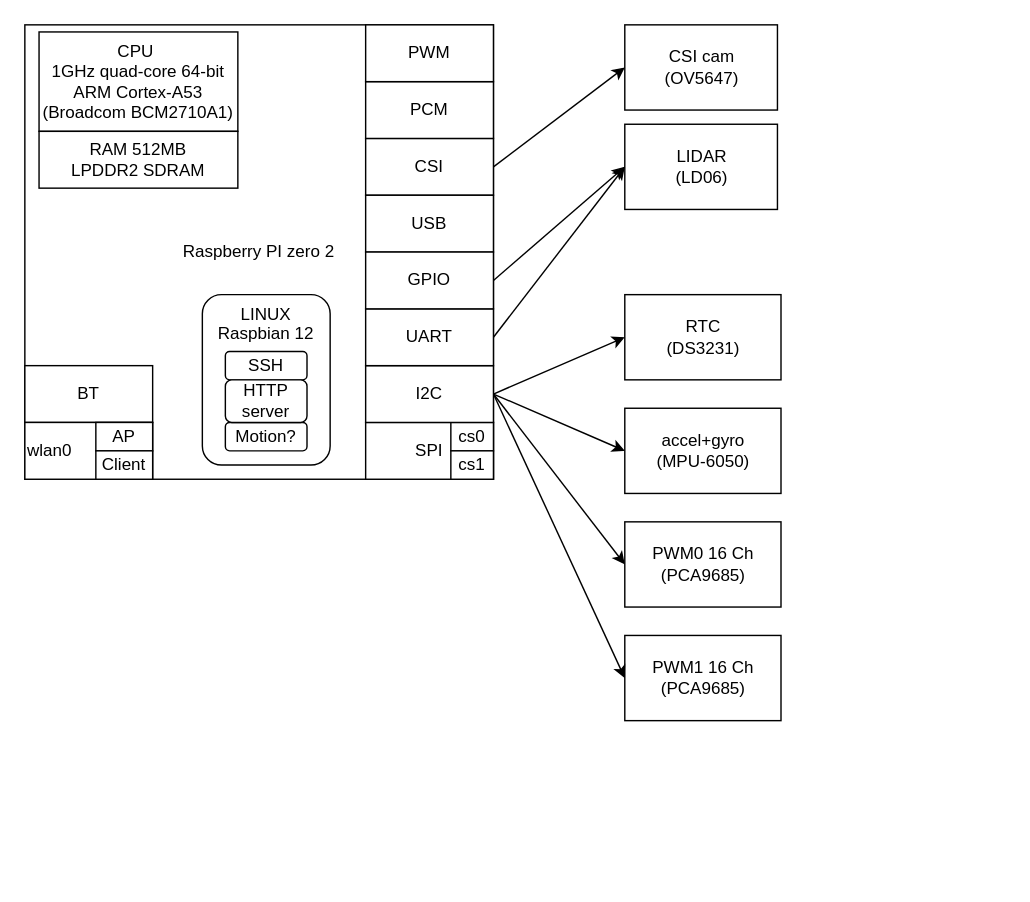
This is Docs/HexaFPV.drawio from drEdelonW/X-MRA, a draw.io file, before an edit. Source tidied: cells renumbered, new cells numbered last; positions are measured from the earlier drawing's top-left corner, leaving out a move shared by most shapes. Both pictures are drawn from the tidied source at 142%, with x=0, y=0 at pixel (24, 24).
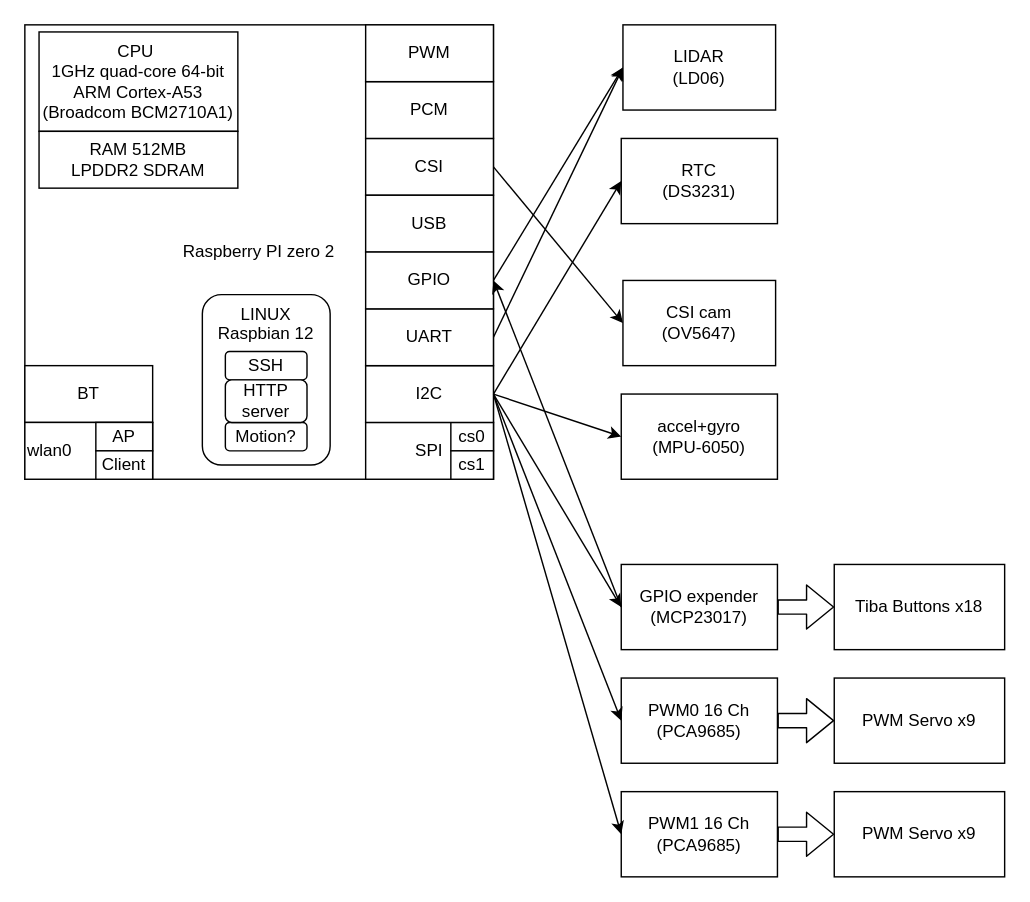
The same diagram, later.

The change refers to these unchanged cells:
```xml
<mxCell id="31" value="I2C" style="rounded=0;whiteSpace=wrap;html=1;" parent="1" vertex="1">
  <mxGeometry x="240" y="240" width="90" height="40" as="geometry" />
</mxCell>
<mxCell id="33" value="GPIO" style="rounded=0;whiteSpace=wrap;html=1;" parent="1" vertex="1">
  <mxGeometry x="240" y="160" width="90" height="40" as="geometry" />
</mxCell>
```

The edit, as a diff of the source:
```diff
@@
     <mxCell id="2" value="PWM0 16 Ch&lt;br&gt;(PCA9685)" style="rounded=0;whiteSpace=wrap;html=1;" parent="1" vertex="1">
-      <mxGeometry x="422.5" y="350" width="110" height="60" as="geometry" />
+      <mxGeometry x="420" y="460" width="110" height="60" as="geometry" />
     </mxCell>
     <mxCell id="3" value="RTC&lt;br&gt;(DS3231)" style="rounded=0;whiteSpace=wrap;html=1;" parent="1" vertex="1">
-      <mxGeometry x="422.5" y="190" width="110" height="60" as="geometry" />
+      <mxGeometry x="420" y="80" width="110" height="60" as="geometry" />
     </mxCell>
@@
     <mxCell id="6" value="PWM1&amp;nbsp;16 Ch&lt;br&gt;(PCA9685)" style="rounded=0;whiteSpace=wrap;html=1;" parent="1" vertex="1">
-      <mxGeometry x="422.5" y="430" width="110" height="60" as="geometry" />
+      <mxGeometry x="420" y="540" width="110" height="60" as="geometry" />
     </mxCell>
     <mxCell id="7" value="CSI cam&lt;br&gt;(OV5647)" style="rounded=0;whiteSpace=wrap;html=1;" parent="1" vertex="1">
-      <mxGeometry x="422.5" width="107.5" height="60" as="geometry" />
+      <mxGeometry x="421.2" y="180" width="107.5" height="60" as="geometry" />
     </mxCell>
@@
     <mxCell id="9" value="accel+gyro&lt;br&gt;(MPU-6050)" style="rounded=0;whiteSpace=wrap;html=1;" parent="1" vertex="1">
-      <mxGeometry x="422.5" y="270" width="110" height="60" as="geometry" />
+      <mxGeometry x="420" y="260" width="110" height="60" as="geometry" />
     </mxCell>
@@
     <mxCell id="25" value="LIDAR&lt;br&gt;(LD06)" style="rounded=0;whiteSpace=wrap;html=1;" parent="1" vertex="1">
-      <mxGeometry x="422.5" y="70" width="107.5" height="60" as="geometry" />
+      <mxGeometry x="421.2" width="107.5" height="60" as="geometry" />
     </mxCell>
@@
+    <mxCell id="39" value="GPIO expender&lt;br&gt;(MCP23017)" style="rounded=0;whiteSpace=wrap;html=1;" parent="1" vertex="1">
+      <mxGeometry x="420" y="380" width="110" height="60" as="geometry" />
+    </mxCell>
+    <mxCell id="40" style="endArrow=classic;html=1;exitX=1;exitY=0.5;exitDx=0;exitDy=0;entryX=0;entryY=0.5;entryDx=0;entryDy=0;" parent="1" edge="1" source="31" target="39">
+      <mxGeometry relative="1" as="geometry" />
+    </mxCell>
+    <mxCell id="41" style="endArrow=classic;html=1;exitX=0;exitY=0.5;exitDx=0;exitDy=0;entryX=1;entryY=0.5;entryDx=0;entryDy=0;" parent="1" edge="1" source="39" target="33">
+      <mxGeometry relative="1" as="geometry" />
+    </mxCell>
+    <mxCell id="42" value="PWM Servo x9" style="rounded=0;whiteSpace=wrap;html=1;" parent="1" vertex="1">
+      <mxGeometry x="570" y="460" width="120" height="60" as="geometry" />
+    </mxCell>
+    <mxCell id="43" value="PWM Servo x9" style="rounded=0;whiteSpace=wrap;html=1;" parent="1" vertex="1">
+      <mxGeometry x="570" y="540" width="120" height="60" as="geometry" />
+    </mxCell>
+    <mxCell id="44" style="shape=flexArrow;endArrow=classic;html=1;exitX=1;exitY=0.5;exitDx=0;exitDy=0;entryX=0;entryY=0.5;entryDx=0;entryDy=0;" parent="1" edge="1" source="2" target="42">
+      <mxGeometry relative="1" as="geometry" />
+    </mxCell>
+    <mxCell id="45" style="shape=flexArrow;endArrow=classic;html=1;exitX=1;exitY=0.5;exitDx=0;exitDy=0;entryX=0;entryY=0.5;entryDx=0;entryDy=0;" parent="1" edge="1" source="6" target="43">
+      <mxGeometry relative="1" as="geometry" />
+    </mxCell>
+    <mxCell id="46" value="Tiba Buttons x18" style="rounded=0;whiteSpace=wrap;html=1;" parent="1" vertex="1">
+      <mxGeometry x="570" y="380" width="120" height="60" as="geometry" />
+    </mxCell>
+    <mxCell id="47" style="shape=flexArrow;endArrow=classic;html=1;exitX=1;exitY=0.5;exitDx=0;exitDy=0;entryX=0;entryY=0.5;entryDx=0;entryDy=0;" parent="1" edge="1" source="39" target="46">
+      <mxGeometry relative="1" as="geometry" />
+    </mxCell>
```
